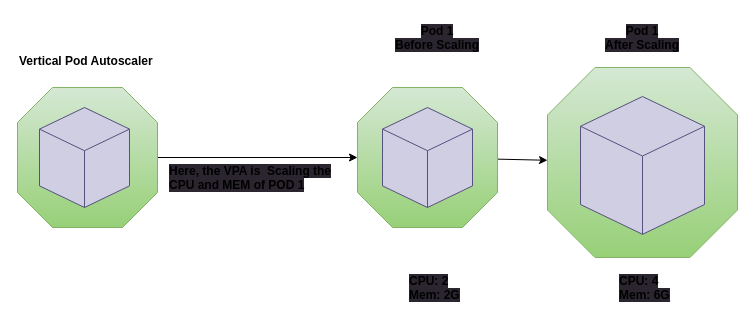
Before: images/vpa.dio in davidswisa/Kubernetes-Autoscaling, a draw.io diagram. Source tidied: cells renumbered, new cells numbered last; positions are measured from the earlier drawing's top-left corner, leaving out a move shared by most shapes. Both pictures are drawn from the tidied source at 100%, with x=0, y=0 at pixel (17, 17).
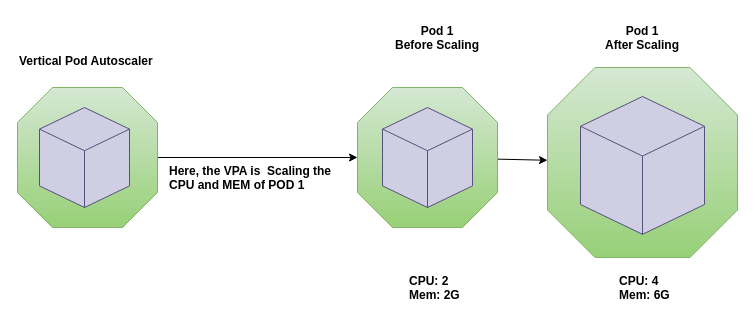
The same page after the edit.

What changed in the source:
```diff
@@
 <mxGraphModel>
   <root>
     <mxCell id="0" />
     <mxCell id="1" parent="0" />
     <mxCell id="2" style="edgeStyle=none;html=1;fontColor=#000000;" parent="1" edge="1" source="3" target="7">
       <mxGeometry relative="1" as="geometry" />
     </mxCell>
     <mxCell id="3" style="verticalLabelPosition=bottom;verticalAlign=top;html=1;shape=mxgraph.basic.polygon;polyCoords=[[0.25,0],[0.75,0],[1,0.25],[1,0.75],[0.75,1],[0.25,1],[0,0.75],[0,0.25]];polyline=0;fillColor=#d5e8d4;strokeColor=#82b366;gradientColor=#97d077;" parent="1" vertex="1">
       <mxGeometry y="70" width="140" height="140" as="geometry" />
     </mxCell>
     <mxCell id="4" style="html=1;whiteSpace=wrap;shape=isoCube2;backgroundOutline=1;isoAngle=15;fillColor=#d0cee2;strokeColor=#56517e;" parent="1" vertex="1">
       <mxGeometry x="22" y="90" width="90" height="100" as="geometry" />
     </mxCell>
-    <mxCell id="5" value="&lt;b style=&quot;border-color: rgb(0, 0, 0); font-family: Helvetica; font-size: 12px; font-style: normal; font-variant-ligatures: normal; font-variant-caps: normal; letter-spacing: normal; orphans: 2; text-align: center; text-indent: 0px; text-transform: none; widows: 2; word-spacing: 0px; -webkit-text-stroke-width: 0px; text-decoration-thickness: initial; text-decoration-style: initial; text-decoration-color: initial;&quot;&gt;&lt;font style=&quot;&quot; color=&quot;#000000&quot;&gt;Vertical Pod Autoscaler&lt;/font&gt;&lt;/b&gt;" style="text;whiteSpace=wrap;html=1;" parent="1" vertex="1">
+    <mxCell id="5" value="&lt;b style=&quot;border-color: rgb(0, 0, 0); font-family: Helvetica; font-size: 12px; font-style: normal; font-variant-ligatures: normal; font-variant-caps: normal; letter-spacing: normal; orphans: 2; text-align: center; text-indent: 0px; text-transform: none; widows: 2; word-spacing: 0px; -webkit-text-stroke-width: 0px; text-decoration-thickness: initial; text-decoration-style: initial; text-decoration-color: initial;&quot;&gt;&lt;font style=&quot;background-color: rgb(255, 255, 255);&quot; color=&quot;#000000&quot;&gt;Vertical Pod Autoscaler&lt;/font&gt;&lt;/b&gt;" style="text;whiteSpace=wrap;html=1;" parent="1" vertex="1">
       <mxGeometry y="30" width="170" height="40" as="geometry" />
     </mxCell>
     <mxCell id="6" style="edgeStyle=none;html=1;fontColor=#000000;" parent="1" edge="1" source="7" target="9">
       <mxGeometry relative="1" as="geometry" />
     </mxCell>
     <mxCell id="7" style="verticalLabelPosition=bottom;verticalAlign=top;html=1;shape=mxgraph.basic.polygon;polyCoords=[[0.25,0],[0.75,0],[1,0.25],[1,0.75],[0.75,1],[0.25,1],[0,0.75],[0,0.25]];polyline=0;fillColor=#d5e8d4;strokeColor=#82b366;gradientColor=#97d077;" parent="1" vertex="1">
       <mxGeometry x="340" y="70" width="140" height="140" as="geometry" />
     </mxCell>
     <mxCell id="8" style="html=1;whiteSpace=wrap;shape=isoCube2;backgroundOutline=1;isoAngle=15;fillColor=#d0cee2;strokeColor=#56517e;" parent="1" vertex="1">
       <mxGeometry x="365" y="90" width="90" height="100" as="geometry" />
     </mxCell>
     <mxCell id="9" style="verticalLabelPosition=bottom;verticalAlign=top;html=1;shape=mxgraph.basic.polygon;polyCoords=[[0.25,0],[0.75,0],[1,0.25],[1,0.75],[0.75,1],[0.25,1],[0,0.75],[0,0.25]];polyline=0;fillColor=#d5e8d4;strokeColor=#82b366;gradientColor=#97d077;" parent="1" vertex="1">
       <mxGeometry x="530" y="50" width="190" height="190" as="geometry" />
     </mxCell>
     <mxCell id="10" style="html=1;whiteSpace=wrap;shape=isoCube2;backgroundOutline=1;isoAngle=15;fillColor=#d0cee2;strokeColor=#56517e;" parent="1" vertex="1">
       <mxGeometry x="563" y="79" width="124" height="137.8" as="geometry" />
     </mxCell>
-    <mxCell id="11" value="&lt;b style=&quot;border-color: rgb(0, 0, 0); color: rgb(0, 0, 0); font-family: Helvetica; font-size: 12px; font-style: normal; font-variant-ligatures: normal; font-variant-caps: normal; letter-spacing: normal; orphans: 2; text-align: center; text-indent: 0px; text-transform: none; widows: 2; word-spacing: 0px; -webkit-text-stroke-width: 0px; background-color: rgb(42, 37, 47); text-decoration-thickness: initial; text-decoration-style: initial; text-decoration-color: initial;&quot;&gt;CPU: 4&lt;br style=&quot;border-color: rgb(0, 0, 0);&quot;&gt;Mem: 6G&lt;/b&gt;" style="text;whiteSpace=wrap;html=1;fontColor=#000000;" parent="1" vertex="1">
+    <mxCell id="11" value="&lt;b style=&quot;border-color: rgb(0, 0, 0); color: rgb(0, 0, 0); font-family: Helvetica; font-size: 12px; font-style: normal; font-variant-ligatures: normal; font-variant-caps: normal; letter-spacing: normal; orphans: 2; text-align: center; text-indent: 0px; text-transform: none; widows: 2; word-spacing: 0px; -webkit-text-stroke-width: 0px; text-decoration-thickness: initial; text-decoration-style: initial; text-decoration-color: initial; background-color: rgb(255, 255, 255);&quot;&gt;CPU: 4&lt;br style=&quot;border-color: rgb(0, 0, 0);&quot;&gt;Mem: 6G&lt;/b&gt;" style="text;whiteSpace=wrap;html=1;fontColor=#000000;" parent="1" vertex="1">
       <mxGeometry x="600" y="250" width="80" height="50" as="geometry" />
     </mxCell>
-    <mxCell id="12" value="&lt;b style=&quot;border-color: rgb(0, 0, 0); color: rgb(0, 0, 0); font-family: Helvetica; font-size: 12px; font-style: normal; font-variant-ligatures: normal; font-variant-caps: normal; letter-spacing: normal; orphans: 2; text-indent: 0px; text-transform: none; widows: 2; word-spacing: 0px; -webkit-text-stroke-width: 0px; background-color: rgb(42, 37, 47); text-decoration-thickness: initial; text-decoration-style: initial; text-decoration-color: initial;&quot;&gt;Pod 1&lt;br style=&quot;border-color: rgb(0, 0, 0);&quot;&gt;After Scaling&lt;/b&gt;" style="text;whiteSpace=wrap;html=1;fontColor=#000000;align=center;" parent="1" vertex="1">
+    <mxCell id="12" value="&lt;b style=&quot;border-color: rgb(0, 0, 0); color: rgb(0, 0, 0); font-family: Helvetica; font-size: 12px; font-style: normal; font-variant-ligatures: normal; font-variant-caps: normal; letter-spacing: normal; orphans: 2; text-indent: 0px; text-transform: none; widows: 2; word-spacing: 0px; -webkit-text-stroke-width: 0px; text-decoration-thickness: initial; text-decoration-style: initial; text-decoration-color: initial; background-color: rgb(255, 255, 255);&quot;&gt;Pod 1&lt;br style=&quot;border-color: rgb(0, 0, 0);&quot;&gt;After Scaling&lt;/b&gt;" style="text;whiteSpace=wrap;html=1;fontColor=#000000;align=center;" parent="1" vertex="1">
       <mxGeometry x="570" width="110" height="50" as="geometry" />
     </mxCell>
-    <mxCell id="13" value="&lt;b style=&quot;border-color: rgb(0, 0, 0); color: rgb(0, 0, 0); font-family: Helvetica; font-size: 12px; font-style: normal; font-variant-ligatures: normal; font-variant-caps: normal; letter-spacing: normal; orphans: 2; text-align: center; text-indent: 0px; text-transform: none; widows: 2; word-spacing: 0px; -webkit-text-stroke-width: 0px; background-color: rgb(42, 37, 47); text-decoration-thickness: initial; text-decoration-style: initial; text-decoration-color: initial;&quot;&gt;CPU: 2&lt;br style=&quot;border-color: rgb(0, 0, 0);&quot;&gt;Mem: 2G&lt;/b&gt;" style="text;whiteSpace=wrap;html=1;fontColor=#000000;" parent="1" vertex="1">
+    <mxCell id="13" value="&lt;b style=&quot;border-color: rgb(0, 0, 0); color: rgb(0, 0, 0); font-family: Helvetica; font-size: 12px; font-style: normal; font-variant-ligatures: normal; font-variant-caps: normal; letter-spacing: normal; orphans: 2; text-align: center; text-indent: 0px; text-transform: none; widows: 2; word-spacing: 0px; -webkit-text-stroke-width: 0px; text-decoration-thickness: initial; text-decoration-style: initial; text-decoration-color: initial; background-color: rgb(255, 255, 255);&quot;&gt;CPU: 2&lt;br style=&quot;border-color: rgb(0, 0, 0);&quot;&gt;Mem: 2G&lt;/b&gt;" style="text;whiteSpace=wrap;html=1;fontColor=#000000;" parent="1" vertex="1">
       <mxGeometry x="390" y="250" width="80" height="50" as="geometry" />
     </mxCell>
-    <mxCell id="14" value="&lt;b style=&quot;border-color: rgb(0, 0, 0); color: rgb(0, 0, 0); font-family: Helvetica; font-size: 12px; font-style: normal; font-variant-ligatures: normal; font-variant-caps: normal; letter-spacing: normal; orphans: 2; text-indent: 0px; text-transform: none; widows: 2; word-spacing: 0px; -webkit-text-stroke-width: 0px; background-color: rgb(42, 37, 47); text-decoration-thickness: initial; text-decoration-style: initial; text-decoration-color: initial;&quot;&gt;Pod 1&lt;br style=&quot;border-color: rgb(0, 0, 0);&quot;&gt;Before Scaling&lt;/b&gt;" style="text;whiteSpace=wrap;html=1;fontColor=#000000;align=center;" parent="1" vertex="1">
+    <mxCell id="14" value="&lt;b style=&quot;border-color: rgb(0, 0, 0); color: rgb(0, 0, 0); font-family: Helvetica; font-size: 12px; font-style: normal; font-variant-ligatures: normal; font-variant-caps: normal; letter-spacing: normal; orphans: 2; text-indent: 0px; text-transform: none; widows: 2; word-spacing: 0px; -webkit-text-stroke-width: 0px; text-decoration-thickness: initial; text-decoration-style: initial; text-decoration-color: initial; background-color: rgb(255, 255, 255);&quot;&gt;Pod 1&lt;br style=&quot;border-color: rgb(0, 0, 0);&quot;&gt;Before Scaling&lt;/b&gt;" style="text;whiteSpace=wrap;html=1;fontColor=#000000;align=center;" parent="1" vertex="1">
       <mxGeometry x="360" width="120" height="50" as="geometry" />
     </mxCell>
-    <mxCell id="15" value="&lt;b style=&quot;border-color: rgb(0, 0, 0); color: rgb(0, 0, 0); font-family: Helvetica; font-size: 12px; font-style: normal; font-variant-ligatures: normal; font-variant-caps: normal; letter-spacing: normal; orphans: 2; text-align: center; text-indent: 0px; text-transform: none; widows: 2; word-spacing: 0px; -webkit-text-stroke-width: 0px; background-color: rgb(42, 37, 47); text-decoration-thickness: initial; text-decoration-style: initial; text-decoration-color: initial;&quot;&gt;Here, the VPA is&amp;nbsp; Scaling the CPU and MEM of POD 1&lt;/b&gt;" style="text;whiteSpace=wrap;html=1;fontColor=#000000;" parent="1" vertex="1">
+    <mxCell id="15" value="&lt;b style=&quot;border-color: rgb(0, 0, 0); color: rgb(0, 0, 0); font-family: Helvetica; font-size: 12px; font-style: normal; font-variant-ligatures: normal; font-variant-caps: normal; letter-spacing: normal; orphans: 2; text-align: center; text-indent: 0px; text-transform: none; widows: 2; word-spacing: 0px; -webkit-text-stroke-width: 0px; text-decoration-thickness: initial; text-decoration-style: initial; text-decoration-color: initial; background-color: rgb(255, 255, 255);&quot;&gt;Here, the VPA is&amp;nbsp; Scaling the CPU and MEM of POD 1&lt;/b&gt;" style="text;whiteSpace=wrap;html=1;fontColor=#000000;" parent="1" vertex="1">
       <mxGeometry x="150" y="140" width="180" height="50" as="geometry" />
     </mxCell>
   </root>
 </mxGraphModel>
```
